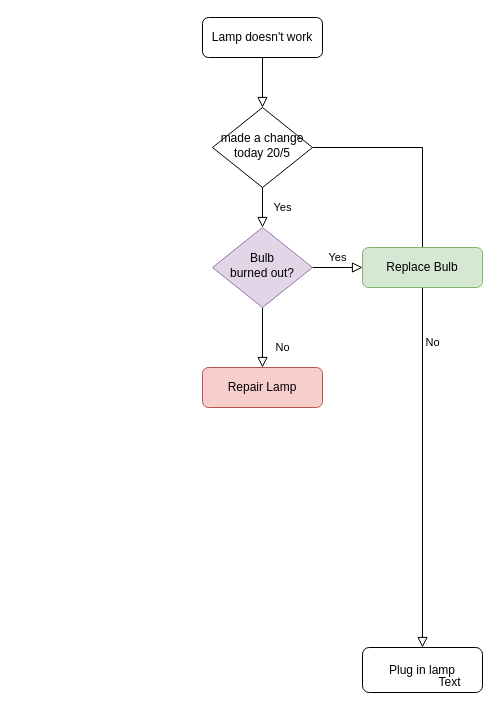
lpenhallowHome/rsa2019 keeps this draw.io diagram as Untitled Diagram.drawio. Above is the earlier version. Source tidied: cells renumbered, new cells numbered last; positions are measured from the earlier drawing's top-left corner, leaving out a move shared by most shapes. Both pictures are drawn from the tidied source at 100%, with x=0, y=0 at pixel (202, 17).
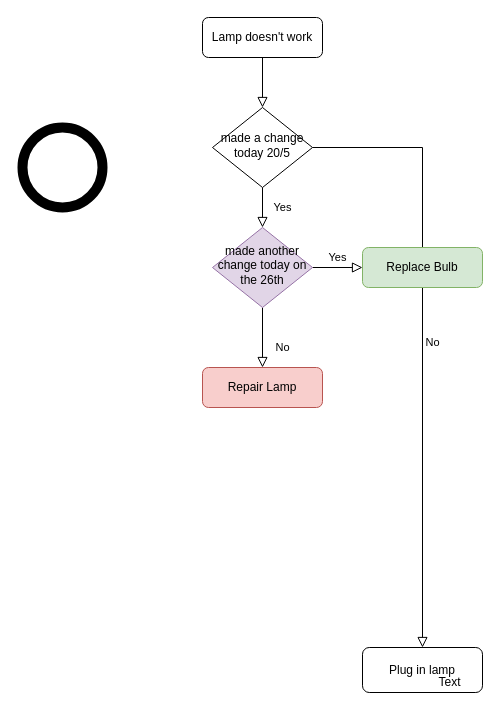
The same page after the edit.

Change to the diagram source:
```diff
@@
 <mxGraphModel>
   <root>
     <mxCell id="0" />
     <mxCell id="1" parent="0" />
     <mxCell id="2" style="rounded=0;html=1;jettySize=auto;fontSize=11;endArrow=block;endFill=0;endSize=8;strokeWidth=1;shadow=0;labelBackgroundColor=none;edgeStyle=orthogonalEdgeStyle;" parent="1" edge="1" source="3" target="6">
       <mxGeometry relative="1" as="geometry" />
     </mxCell>
     <mxCell id="3" value="Lamp doesn't work" style="rounded=1;whiteSpace=wrap;html=1;fontSize=12;glass=0;strokeWidth=1;shadow=0;" parent="1" vertex="1">
       <mxGeometry width="120" height="40" as="geometry" />
     </mxCell>
     <mxCell id="4" value="Yes" style="rounded=0;html=1;jettySize=auto;fontSize=11;endArrow=block;endFill=0;endSize=8;strokeWidth=1;shadow=0;labelBackgroundColor=none;edgeStyle=orthogonalEdgeStyle;" parent="1" edge="1" source="6" target="11">
       <mxGeometry y="20" relative="1" as="geometry" />
     </mxCell>
     <mxCell id="5" value="No" style="edgeStyle=orthogonalEdgeStyle;rounded=0;html=1;jettySize=auto;fontSize=11;endArrow=block;endFill=0;endSize=8;strokeWidth=1;shadow=0;labelBackgroundColor=none;" parent="1" edge="1" source="6" target="7">
       <mxGeometry y="10" relative="1" as="geometry" />
     </mxCell>
     <mxCell id="6" value="made a change today 20/5" style="rhombus;whiteSpace=wrap;html=1;shadow=0;fontFamily=Helvetica;fontSize=12;align=center;strokeWidth=1;spacing=6;spacingTop=-4;" parent="1" vertex="1">
       <mxGeometry x="10" y="90" width="100" height="80" as="geometry" />
     </mxCell>
     <mxCell id="7" value="Plug in lamp" style="rounded=1;whiteSpace=wrap;html=1;fontSize=12;glass=0;strokeWidth=1;shadow=0;" parent="1" vertex="1">
       <mxGeometry x="160" y="630" width="120" height="45" as="geometry" />
     </mxCell>
     <mxCell id="8" value="Text" style="text;html=1;align=center;verticalAlign=middle;" parent="7" vertex="1">
       <mxGeometry x="67" y="25" width="40" height="20" as="geometry" />
     </mxCell>
     <mxCell id="9" value="No" style="rounded=0;html=1;jettySize=auto;fontSize=11;endArrow=block;endFill=0;endSize=8;strokeWidth=1;shadow=0;labelBackgroundColor=none;edgeStyle=orthogonalEdgeStyle;" parent="1" edge="1" source="11" target="12">
       <mxGeometry x="0.33" y="20" relative="1" as="geometry" />
     </mxCell>
     <mxCell id="10" value="Yes" style="edgeStyle=orthogonalEdgeStyle;rounded=0;html=1;jettySize=auto;fontSize=11;endArrow=block;endFill=0;endSize=8;strokeWidth=1;shadow=0;labelBackgroundColor=none;" parent="1" edge="1" source="11" target="13">
       <mxGeometry y="10" relative="1" as="geometry" />
     </mxCell>
-    <mxCell id="11" value="Bulb&lt;br&gt;burned out?" style="rhombus;whiteSpace=wrap;html=1;shadow=0;fontFamily=Helvetica;fontSize=12;align=center;strokeWidth=1;spacing=6;spacingTop=-4;fillColor=#e1d5e7;strokeColor=#9673a6;" parent="1" vertex="1">
+    <mxCell id="11" value="made another change today on the 26th" style="rhombus;whiteSpace=wrap;html=1;shadow=0;fontFamily=Helvetica;fontSize=12;align=center;strokeWidth=1;spacing=6;spacingTop=-4;fillColor=#e1d5e7;strokeColor=#9673a6;" parent="1" vertex="1">
       <mxGeometry x="10" y="210" width="100" height="80" as="geometry" />
     </mxCell>
     <mxCell id="12" value="Repair Lamp" style="rounded=1;whiteSpace=wrap;html=1;fontSize=12;glass=0;strokeWidth=1;shadow=0;fillColor=#f8cecc;strokeColor=#b85450;" parent="1" vertex="1">
       <mxGeometry y="350" width="120" height="40" as="geometry" />
     </mxCell>
     <mxCell id="13" value="Replace Bulb" style="rounded=1;whiteSpace=wrap;html=1;fontSize=12;glass=0;strokeWidth=1;shadow=0;fillColor=#d5e8d4;strokeColor=#82b366;" parent="1" vertex="1">
       <mxGeometry x="160" y="230" width="120" height="40" as="geometry" />
     </mxCell>
+    <mxCell id="14" style="ellipse;whiteSpace=wrap;html=1;strokeWidth=10;fillColor=none;" parent="1" vertex="1">
+      <mxGeometry x="-180" y="110" width="80" height="80" as="geometry" />
+    </mxCell>
   </root>
 </mxGraphModel>
```
